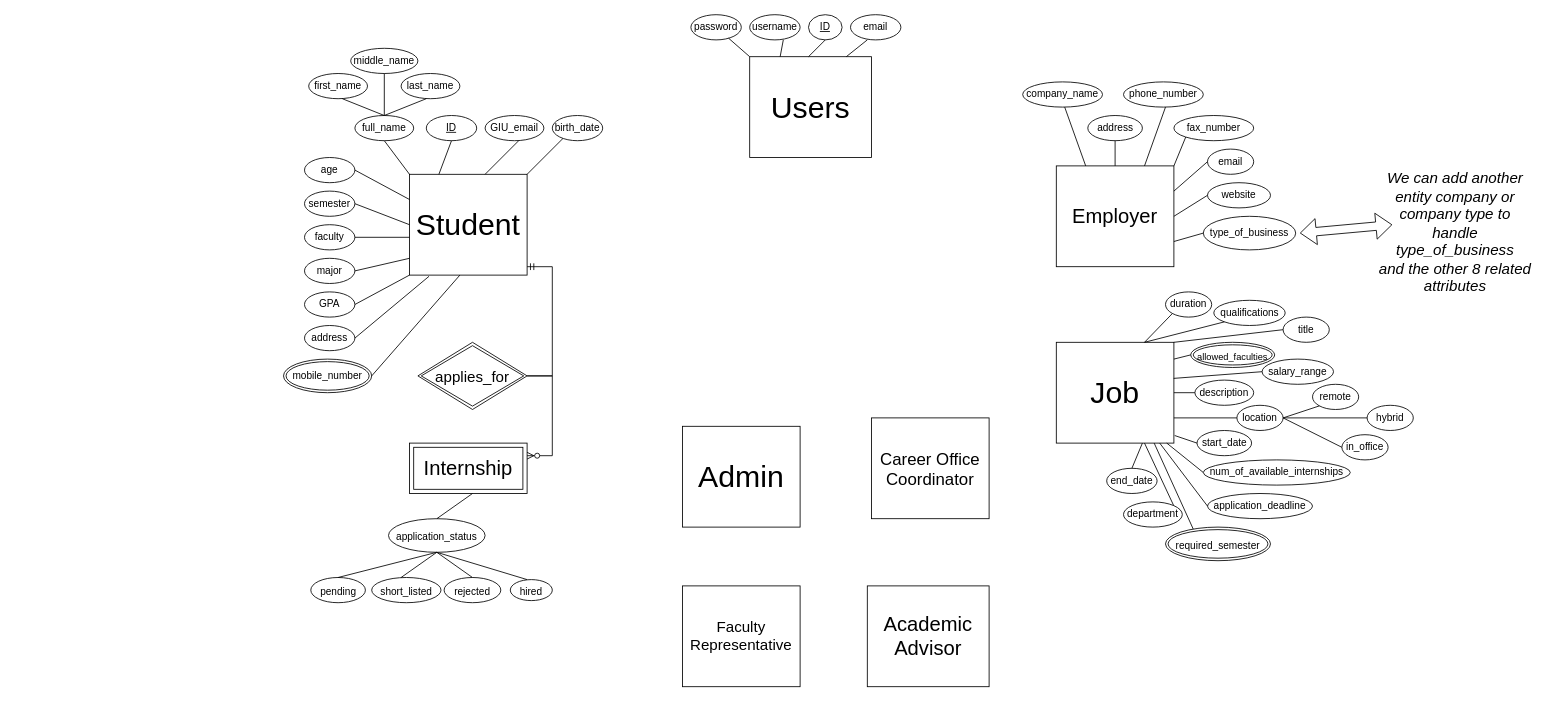
Earlier version of the draw.io diagram EERD_file1.drawio (RamyCodes/EERD). Source tidied: cells renumbered, new cells numbered last; positions are measured from the earlier drawing's top-left corner, leaving out a move shared by most shapes. Both pictures are drawn from the tidied source at 84%, with x=0, y=0 at pixel (283, 14).
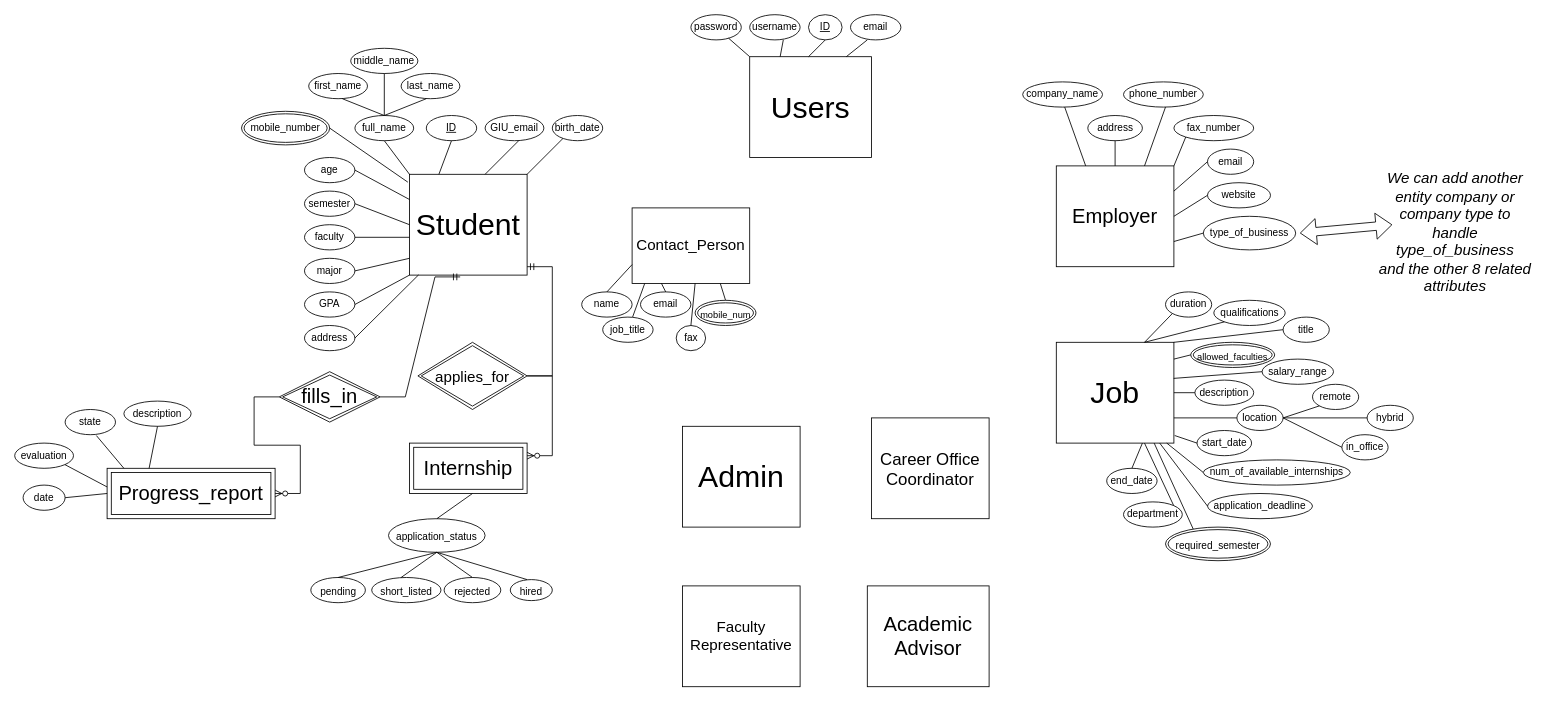
The same page after the edit.

Unchanged cells that the change refers to:
```xml
<mxCell id="2" value="&lt;font style=&quot;font-size: 36px&quot;&gt;Student&lt;/font&gt;" style="rounded=0;whiteSpace=wrap;html=1;" parent="1" vertex="1">
  <mxGeometry x="150" y="190" width="140" height="120" as="geometry" />
</mxCell>
<mxCell id="30" value="address" style="ellipse;whiteSpace=wrap;html=1;" parent="1" vertex="1">
  <mxGeometry x="25" y="370" width="60" height="30" as="geometry" />
</mxCell>
```

Change to the diagram source:
```diff
@@
     <mxCell id="37" value="mobile_number" style="ellipse;shape=doubleEllipse;margin=3;whiteSpace=wrap;html=1;align=center;fontSize=12;" parent="1" vertex="1">
-      <mxGeometry y="410" width="105" height="40" as="geometry" />
+      <mxGeometry x="-50" y="115" width="105" height="40" as="geometry" />
     </mxCell>
@@
-    <mxCell id="43" style="endArrow=none;html=1;rounded=0;fontSize=12;entryX=0.166;entryY=1.012;entryDx=0;entryDy=0;exitX=1;exitY=0.5;exitDx=0;exitDy=0;entryPerimeter=0;" parent="1" edge="1" source="30" target="2">
+    <mxCell id="43" style="endArrow=none;html=1;rounded=0;fontSize=12;exitX=1;exitY=0.5;exitDx=0;exitDy=0;entryX=0.077;entryY=0.998;entryDx=0;entryDy=0;entryPerimeter=0;" parent="1" edge="1" source="30" target="2">
       <mxGeometry relative="1" as="geometry" />
     </mxCell>
-    <mxCell id="44" style="endArrow=none;html=1;rounded=0;fontSize=12;entryX=0;entryY=0.5;entryDx=0;entryDy=0;exitX=1;exitY=0.5;exitDx=0;exitDy=0;" parent="1" edge="1" source="37">
-      <mxGeometry relative="1" as="geometry">
-        <mxPoint x="210" y="310" as="targetPoint" />
-      </mxGeometry>
+    <mxCell id="44" style="endArrow=none;html=1;rounded=0;fontSize=12;entryX=-0.014;entryY=0.078;entryDx=0;entryDy=0;exitX=1;exitY=0.5;exitDx=0;exitDy=0;entryPerimeter=0;" parent="1" edge="1" source="37" target="2">
+      <mxGeometry relative="1" as="geometry" />
     </mxCell>
@@
+    <mxCell id="108" value="Progress_report" style="shape=ext;margin=3;double=1;whiteSpace=wrap;html=1;align=center;fontSize=24;" parent="1" vertex="1">
+      <mxGeometry x="-210" y="540" width="200" height="60" as="geometry" />
+    </mxCell>
+    <mxCell id="109" value="state" style="ellipse;whiteSpace=wrap;html=1;align=center;" parent="1" vertex="1">
+      <mxGeometry x="-260" y="470" width="60" height="30" as="geometry" />
+    </mxCell>
+    <mxCell id="110" value="description" style="ellipse;whiteSpace=wrap;html=1;align=center;" parent="1" vertex="1">
+      <mxGeometry x="-190" y="460" width="80" height="30" as="geometry" />
+    </mxCell>
+    <mxCell id="111" value="date" style="ellipse;whiteSpace=wrap;html=1;align=center;" parent="1" vertex="1">
+      <mxGeometry x="-310" y="560" width="50" height="30" as="geometry" />
+    </mxCell>
+    <mxCell id="112" value="evaluation" style="ellipse;whiteSpace=wrap;html=1;align=center;" parent="1" vertex="1">
+      <mxGeometry x="-320" y="510" width="70" height="30" as="geometry" />
+    </mxCell>
+    <mxCell id="113" style="endArrow=none;html=1;rounded=0;fontSize=12;exitX=0.25;exitY=0;exitDx=0;exitDy=0;entryX=0.5;entryY=1;entryDx=0;entryDy=0;" parent="1" edge="1" source="108" target="110">
+      <mxGeometry relative="1" as="geometry" />
+    </mxCell>
+    <mxCell id="114" style="endArrow=none;html=1;rounded=0;fontSize=12;exitX=0.1;exitY=0;exitDx=0;exitDy=0;entryX=0.62;entryY=1.033;entryDx=0;entryDy=0;entryPerimeter=0;exitPerimeter=0;" parent="1" edge="1" source="108" target="109">
+      <mxGeometry relative="1" as="geometry" />
+    </mxCell>
+    <mxCell id="115" style="endArrow=none;html=1;rounded=0;fontSize=12;exitX=0;exitY=0.37;exitDx=0;exitDy=0;entryX=1;entryY=1;entryDx=0;entryDy=0;exitPerimeter=0;" parent="1" edge="1" source="108" target="112">
+      <mxGeometry relative="1" as="geometry" />
+    </mxCell>
+    <mxCell id="116" style="endArrow=none;html=1;rounded=0;fontSize=12;entryX=1;entryY=0.5;entryDx=0;entryDy=0;exitX=0;exitY=0.5;exitDx=0;exitDy=0;" parent="1" edge="1" source="108" target="111">
+      <mxGeometry relative="1" as="geometry" />
+    </mxCell>
+    <mxCell id="117" value="&lt;font style=&quot;font-size: 24px&quot;&gt;fills_in&lt;/font&gt;" style="shape=rhombus;double=1;perimeter=rhombusPerimeter;whiteSpace=wrap;html=1;align=center;" parent="1" vertex="1">
+      <mxGeometry x="-5" y="425" width="120" height="60" as="geometry" />
+    </mxCell>
+    <mxCell id="118" style="edgeStyle=entityRelationEdgeStyle;fontSize=12;html=1;endArrow=none;startArrow=ERmandOne;rounded=0;entryX=1;entryY=0.5;entryDx=0;entryDy=0;exitX=0.431;exitY=1.018;exitDx=0;exitDy=0;exitPerimeter=0;" parent="1" edge="1" source="2" target="117">
+      <mxGeometry relative="1" as="geometry" />
+    </mxCell>
+    <mxCell id="119" style="edgeStyle=entityRelationEdgeStyle;fontSize=12;html=1;endArrow=ERzeroToMany;startArrow=none;rounded=0;exitX=0;exitY=0.5;exitDx=0;exitDy=0;" parent="1" edge="1" source="117" target="108">
+      <mxGeometry relative="1" as="geometry" />
+    </mxCell>
+    <mxCell id="120" value="&lt;font style=&quot;font-size: 18px&quot;&gt;Contact_Person&lt;/font&gt;" style="rounded=0;whiteSpace=wrap;html=1;" parent="1" vertex="1">
+      <mxGeometry x="415" y="230" width="140" height="90" as="geometry" />
+    </mxCell>
+    <mxCell id="121" value="name" style="ellipse;whiteSpace=wrap;html=1;" parent="1" vertex="1">
+      <mxGeometry x="355" y="330" width="60" height="30" as="geometry" />
+    </mxCell>
+    <mxCell id="122" value="job_title" style="ellipse;whiteSpace=wrap;html=1;" parent="1" vertex="1">
+      <mxGeometry x="380" y="360" width="60" height="30" as="geometry" />
+    </mxCell>
+    <mxCell id="123" value="email" style="ellipse;whiteSpace=wrap;html=1;" parent="1" vertex="1">
+      <mxGeometry x="425" y="330" width="60" height="30" as="geometry" />
+    </mxCell>
+    <mxCell id="124" value="fax" style="ellipse;whiteSpace=wrap;html=1;" parent="1" vertex="1">
+      <mxGeometry x="467.5" y="370" width="35" height="30" as="geometry" />
+    </mxCell>
+    <mxCell id="125" style="endArrow=none;html=1;rounded=0;exitX=0.5;exitY=0;exitDx=0;exitDy=0;entryX=0;entryY=0.75;entryDx=0;entryDy=0;" parent="1" edge="1" source="121" target="120">
+      <mxGeometry relative="1" as="geometry" />
+    </mxCell>
+    <mxCell id="126" style="endArrow=none;html=1;rounded=0;exitX=0.594;exitY=-0.005;exitDx=0;exitDy=0;exitPerimeter=0;" parent="1" edge="1" source="122">
+      <mxGeometry relative="1" as="geometry">
+        <mxPoint x="430" y="320" as="targetPoint" />
+      </mxGeometry>
+    </mxCell>
+    <mxCell id="127" style="endArrow=none;html=1;rounded=0;exitX=0.5;exitY=0;exitDx=0;exitDy=0;entryX=0.25;entryY=1;entryDx=0;entryDy=0;" parent="1" edge="1" source="123" target="120">
+      <mxGeometry relative="1" as="geometry" />
+    </mxCell>
+    <mxCell id="128" style="endArrow=none;html=1;rounded=0;exitX=0.5;exitY=0;exitDx=0;exitDy=0;" parent="1" edge="1" source="124">
+      <mxGeometry relative="1" as="geometry">
+        <mxPoint x="490" y="320" as="targetPoint" />
+      </mxGeometry>
+    </mxCell>
+    <mxCell id="129" value="&lt;font style=&quot;font-size: 11px&quot;&gt;mobile_num&lt;/font&gt;" style="ellipse;shape=doubleEllipse;margin=3;whiteSpace=wrap;html=1;align=center;fontSize=18;" parent="1" vertex="1">
+      <mxGeometry x="490" y="340" width="72.5" height="30" as="geometry" />
+    </mxCell>
+    <mxCell id="130" style="endArrow=none;html=1;rounded=0;exitX=0.5;exitY=0;exitDx=0;exitDy=0;entryX=0.75;entryY=1;entryDx=0;entryDy=0;" parent="1" edge="1" source="129" target="120">
+      <mxGeometry relative="1" as="geometry" />
+    </mxCell>
```
